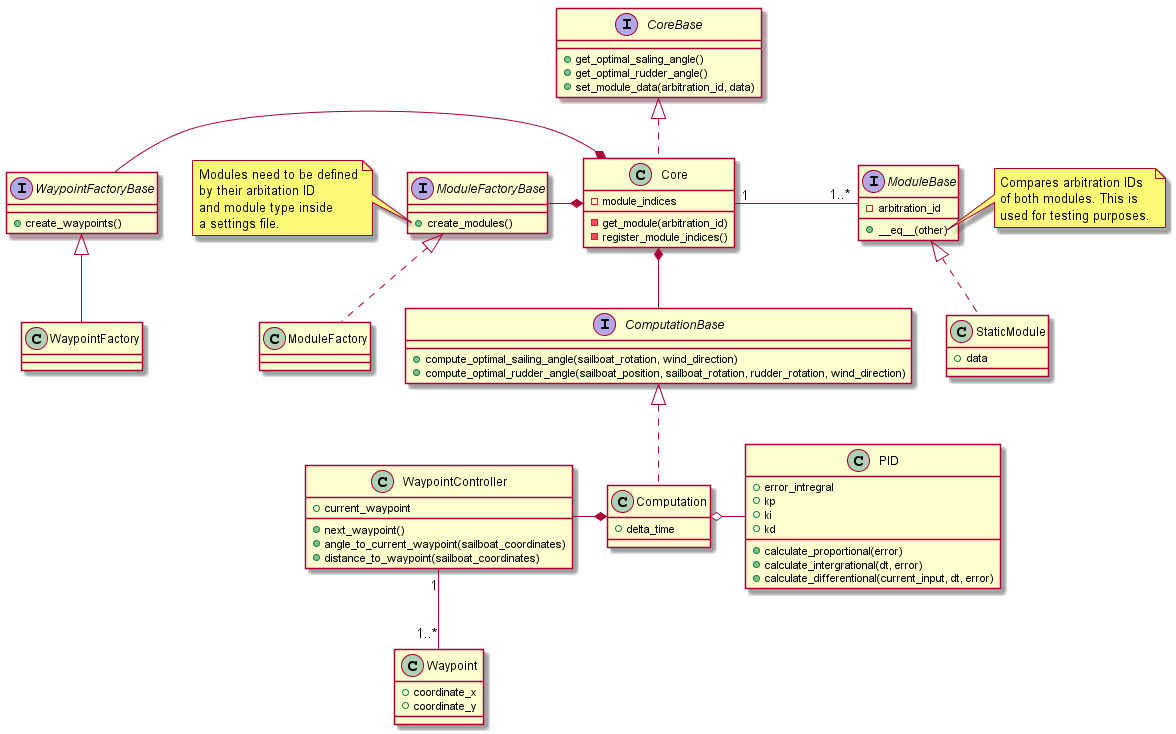
S-Vrijenhoek/Microtransat-Software-Framework keeps this PlantUML diagram as docs/diagrams/out/class_diagram/Class Diagram.png. Above is the earlier version.
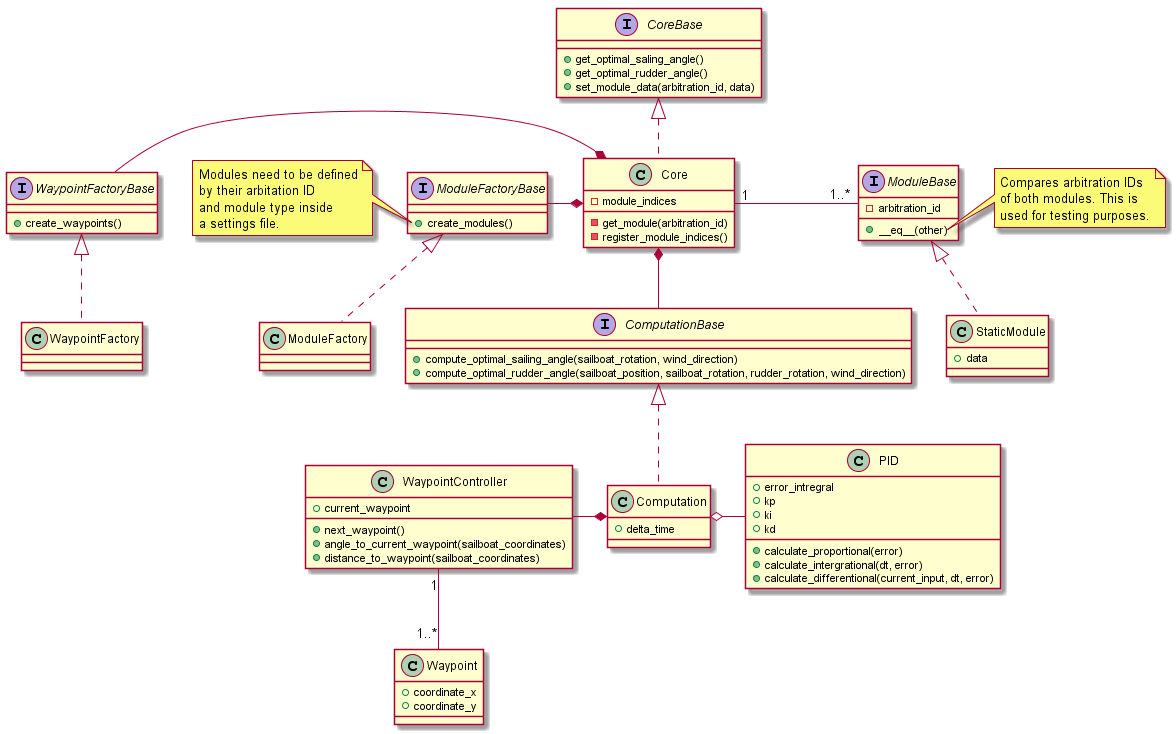
After the commit.

Commit message:
Fixed UML error

Change to the diagram source:
```diff
@@ -18,7 +18,7 @@
 ModuleBase <|.. StaticModule
 ModuleFactoryBase <|.. ModuleFactory
 ComputationBase <|.. Computation
-WaypointFactoryBase <|-- WaypointFactory
+WaypointFactoryBase <|.. WaypointFactory
 CoreBase <|.. Core
 Core "1" - "1..*" ModuleBase
 Core *-left- ModuleFactoryBase
```
